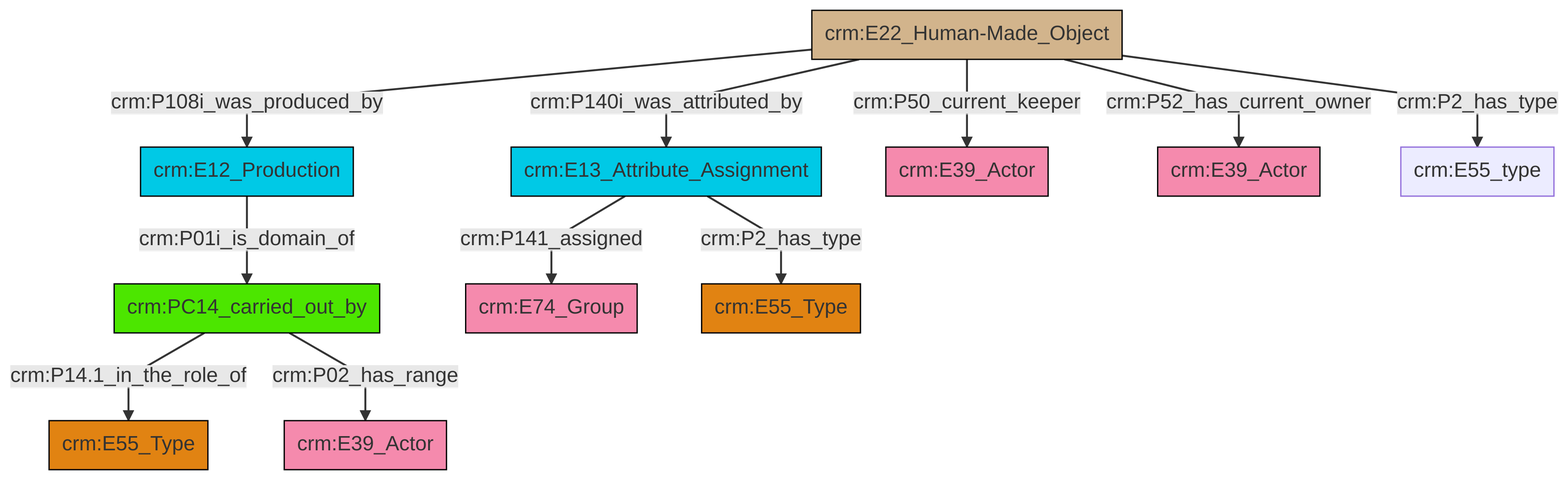
Before: et/artworkCSV/ttl/mmd/png/Artwork_Actor_Relations.png, a diagram exported from Mermaid (swiss-art-research-net/reference-data-models). Its source is kept beside it as et/artworkCSV/ttl/mmd/Artwork_Actor_Relations.ttl.mmd.
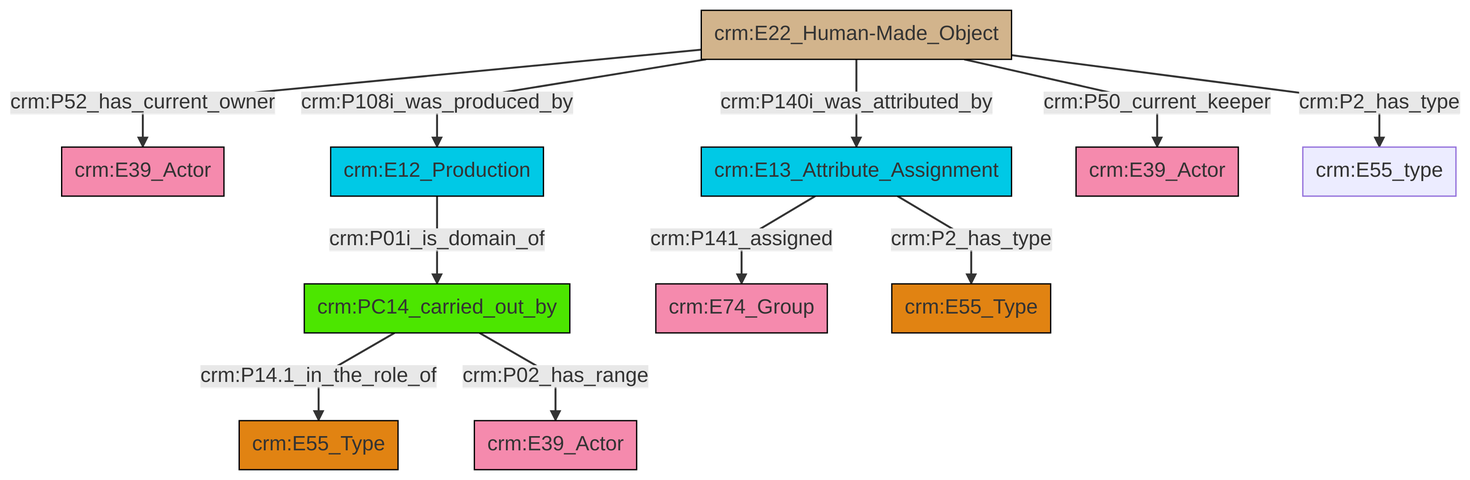
Above is the later version.

Diff of the diagram source:
```diff
@@ -13,13 +13,13 @@
 classDef PC_Classes fill:#4ce600, stroke:#000000;
 classDef Multi fill:#cccccc,stroke:#000000;
 
-0["crm:E22_Human-Made_Object"]:::Physical_Thing -->|crm:P108i_was_produced_by| 1["crm:E12_Production"]:::Temporal_Entity
-0["crm:E22_Human-Made_Object"]:::Physical_Thing -->|crm:P140i_was_attributed_by| 2["crm:E13_Attribute_Assignment"]:::Temporal_Entity
+2["crm:E22_Human-Made_Object"]:::Physical_Thing -->|crm:P108i_was_produced_by| 3["crm:E12_Production"]:::Temporal_Entity
 4["crm:PC14_carried_out_by"]:::PC_Classes -->|crm:P14.1_in_the_role_of| 5["crm:E55_Type"]:::Type
-0["crm:E22_Human-Made_Object"]:::Physical_Thing -->|crm:P50_current_keeper| 6["crm:E39_Actor"]:::Actor
-2["crm:E13_Attribute_Assignment"]:::Temporal_Entity -->|crm:P141_assigned| 7["crm:E74_Group"]:::Actor
-1["crm:E12_Production"]:::Temporal_Entity -->|crm:P01i_is_domain_of| 4["crm:PC14_carried_out_by"]:::PC_Classes
-0["crm:E22_Human-Made_Object"]:::Physical_Thing -->|crm:P52_has_current_owner| 9["crm:E39_Actor"]:::Actor
-2["crm:E13_Attribute_Assignment"]:::Temporal_Entity -->|crm:P2_has_type| 11["crm:E55_Type"]:::Type
-4["crm:PC14_carried_out_by"]:::PC_Classes -->|crm:P02_has_range| 14["crm:E39_Actor"]:::Actor
-0["crm:E22_Human-Made_Object"]:::Physical_Thing -->|crm:P2_has_type| 20["crm:E55_type"]:::Default
+7["crm:E13_Attribute_Assignment"]:::Temporal_Entity -->|crm:P141_assigned| 8["crm:E74_Group"]:::Actor
+2["crm:E22_Human-Made_Object"]:::Physical_Thing -->|crm:P140i_was_attributed_by| 7["crm:E13_Attribute_Assignment"]:::Temporal_Entity
+2["crm:E22_Human-Made_Object"]:::Physical_Thing -->|crm:P50_current_keeper| 9["crm:E39_Actor"]:::Actor
+7["crm:E13_Attribute_Assignment"]:::Temporal_Entity -->|crm:P2_has_type| 15["crm:E55_Type"]:::Type
+3["crm:E12_Production"]:::Temporal_Entity -->|crm:P01i_is_domain_of| 4["crm:PC14_carried_out_by"]:::PC_Classes
+2["crm:E22_Human-Made_Object"]:::Physical_Thing -->|crm:P52_has_current_owner| 0["crm:E39_Actor"]:::Actor
+4["crm:PC14_carried_out_by"]:::PC_Classes -->|crm:P02_has_range| 17["crm:E39_Actor"]:::Actor
+2["crm:E22_Human-Made_Object"]:::Physical_Thing -->|crm:P2_has_type| 13["crm:E55_type"]:::Default
```
